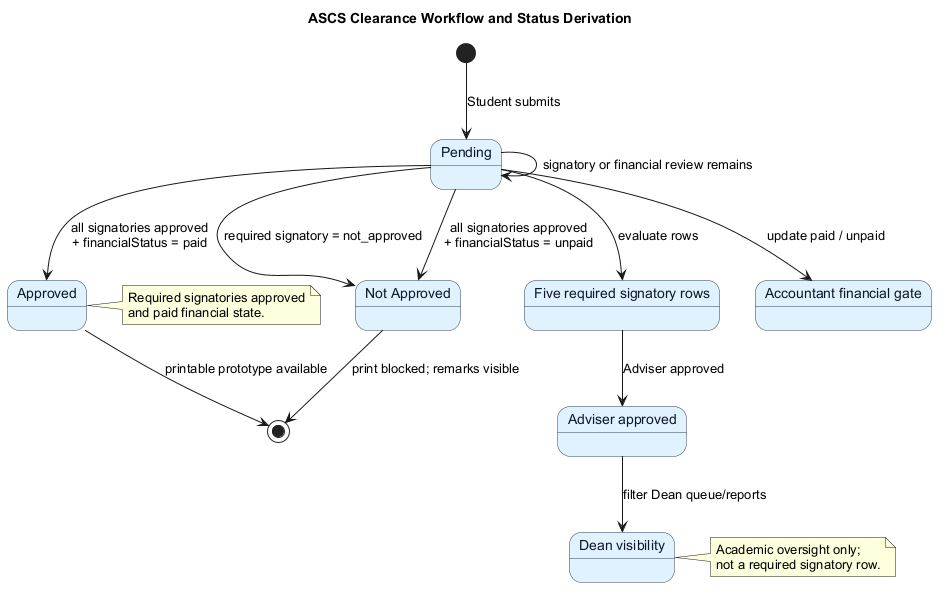
Before: docs/diagrams/png/05-clearance-workflow.png, a diagram exported from PlantUML (lucifron28/ascs).
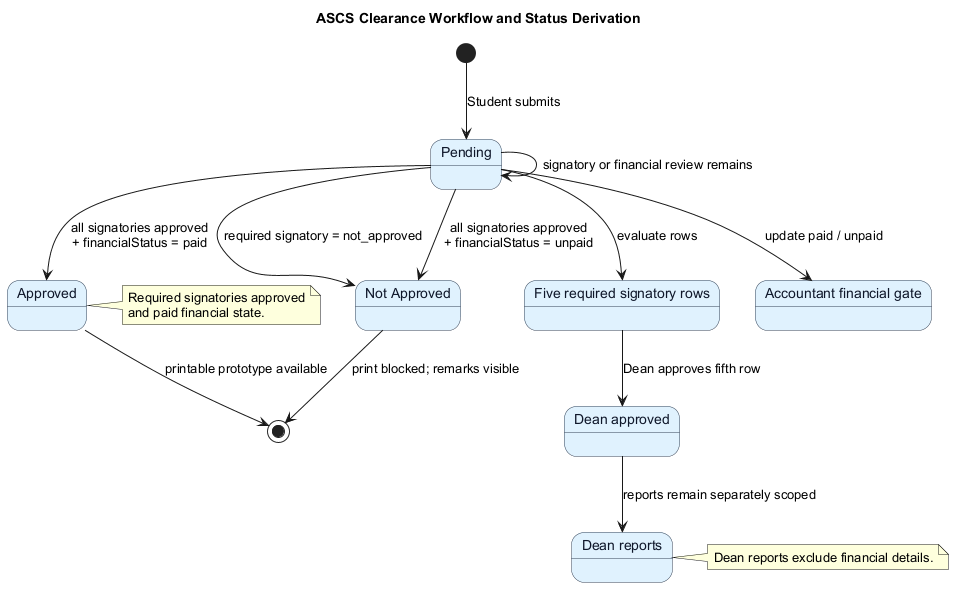
The same file after the commit.

What changed in the source:
```diff
@@ -24,17 +24,16 @@
 
 state "Five required signatory rows" as Signatories
 state "Accountant financial gate" as Financial
-state "Adviser approved" as AdviserGate
-state "Dean visibility" as DeanView
+state "Dean approved" as DeanGate
+state "Dean reports" as DeanReports
 
 Pending --> Signatories : evaluate rows
 Pending --> Financial : update paid / unpaid
-Signatories --> AdviserGate : Adviser approved
-AdviserGate --> DeanView : filter Dean queue/reports
+Signatories --> DeanGate : Dean approves fifth row
+DeanGate --> DeanReports : reports remain separately scoped
 
-note right of DeanView
-Academic oversight only;
-not a required signatory row.
+note right of DeanReports
+Dean reports exclude financial details.
 end note
 
 note right of Approved
```
